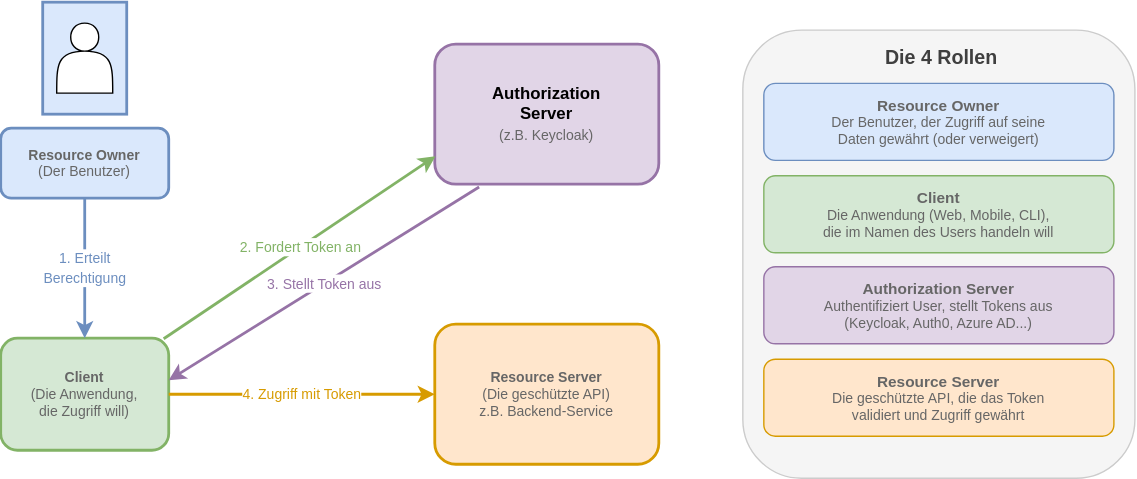
it-erben/training-keycloak keeps this draw.io diagram as slides/02-protokoll-standards/images/oauth_roles.drawio.svg. Above is the earlier version. Source tidied: cells renumbered, new cells last; positions are measured from the earlier drawing's top-left corner, leaving out a move shared by most shapes. Source of this version:
```xml
<mxGraphModel>
  <root>
    <mxCell id="0" />
    <mxCell id="1" parent="0" />
    <mxCell id="2" style="shape=mxgraph.basic.person;whiteSpace=wrap;html=1;fillColor=#dae8fc;strokeColor=#6c8ebf;strokeWidth=2;" parent="1" vertex="1">
      <mxGeometry x="30" width="60" height="80" as="geometry" />
    </mxCell>
    <mxCell id="3" value="&lt;b&gt;Resource Owner&lt;/b&gt;&lt;br&gt;&lt;font style=&quot;font-size:10px&quot; color=&quot;#666666&quot;&gt;(Der Benutzer)&lt;/font&gt;" style="rounded=1;whiteSpace=wrap;html=1;fillColor=#dae8fc;strokeColor=#6c8ebf;strokeWidth=2;align=center;verticalAlign=middle;fontSize=10;fontColor=#666666;" parent="1" vertex="1">
      <mxGeometry y="90" width="120" height="50" as="geometry" />
    </mxCell>
    <mxCell id="4" value="&lt;b&gt;Client&lt;/b&gt;&lt;br&gt;&lt;font style=&quot;font-size:10px&quot; color=&quot;#666666&quot;&gt;(Die Anwendung,&lt;/font&gt;&lt;br&gt;&lt;font style=&quot;font-size:10px&quot; color=&quot;#666666&quot;&gt;die Zugriff will)&lt;/font&gt;" style="rounded=1;whiteSpace=wrap;html=1;fillColor=#d5e8d4;strokeColor=#82b366;strokeWidth=2;align=center;verticalAlign=middle;fontSize=10;fontColor=#666666;" parent="1" vertex="1">
      <mxGeometry y="240" width="120" height="80" as="geometry" />
    </mxCell>
    <mxCell id="5" value="&lt;b&gt;Authorization&lt;/b&gt;&lt;br&gt;&lt;b&gt;Server&lt;/b&gt;&lt;br&gt;&lt;font style=&quot;font-size:10px&quot; color=&quot;#666666&quot;&gt;(z.B. Keycloak)&lt;/font&gt;" style="rounded=1;whiteSpace=wrap;html=1;fillColor=#e1d5e7;strokeColor=#9673a6;strokeWidth=2;align=center;verticalAlign=middle;fontSize=12;" parent="1" vertex="1">
      <mxGeometry x="310" y="30" width="160" height="100" as="geometry" />
    </mxCell>
    <mxCell id="6" value="&lt;b&gt;Resource Server&lt;/b&gt;&lt;br&gt;&lt;font style=&quot;font-size:10px&quot; color=&quot;#666666&quot;&gt;(Die geschützte API)&lt;/font&gt;&lt;br&gt;&lt;font style=&quot;font-size:10px&quot; color=&quot;#666666&quot;&gt;z.B. Backend-Service&lt;/font&gt;" style="rounded=1;whiteSpace=wrap;html=1;fillColor=#ffe6cc;strokeColor=#d79b00;strokeWidth=2;align=center;verticalAlign=middle;fontSize=10;fontColor=#666666;" parent="1" vertex="1">
      <mxGeometry x="310" y="230" width="160" height="100" as="geometry" />
    </mxCell>
    <mxCell id="7" value="&lt;font style=&quot;font-size:10px&quot; color=&quot;#6c8ebf&quot;&gt;1. Erteilt&lt;/font&gt;&lt;br&gt;&lt;font style=&quot;font-size:10px&quot; color=&quot;#6c8ebf&quot;&gt;Berechtigung&lt;/font&gt;" style="html=1;strokeColor=#6c8ebf;strokeWidth=2;endArrow=classic;rounded=0;exitX=0.5;exitY=1;exitDx=0;exitDy=0;" parent="1" edge="1" source="3" target="4">
      <mxGeometry relative="1" as="geometry" />
    </mxCell>
    <mxCell id="8" value="&lt;font style=&quot;font-size:10px&quot; color=&quot;#82b366&quot;&gt;2. Fordert Token an&lt;/font&gt;" style="html=1;strokeColor=#82b366;strokeWidth=2;endArrow=classic;rounded=0;exitX=0.97;exitY=0.005;exitDx=0;exitDy=0;exitPerimeter=0;entryX=0.003;entryY=0.8;entryDx=0;entryDy=0;entryPerimeter=0;" parent="1" edge="1" source="4" target="5">
      <mxGeometry relative="1" as="geometry" />
    </mxCell>
    <mxCell id="9" value="&lt;font style=&quot;font-size:10px&quot; color=&quot;#9673a6&quot;&gt;3. Stellt Token aus&lt;/font&gt;" style="html=1;strokeColor=#9673a6;strokeWidth=2;endArrow=classic;rounded=0;entryX=1;entryY=0.375;entryDx=0;entryDy=0;entryPerimeter=0;exitX=0.198;exitY=1.02;exitDx=0;exitDy=0;exitPerimeter=0;" parent="1" edge="1" source="5" target="4">
      <mxGeometry relative="1" as="geometry" />
    </mxCell>
    <mxCell id="10" value="&lt;font style=&quot;font-size:10px&quot; color=&quot;#d79b00&quot;&gt;4. Zugriff mit Token&lt;/font&gt;" style="html=1;strokeColor=#d79b00;strokeWidth=2;endArrow=classic;rounded=0;exitX=1;exitY=0.5;exitDx=0;exitDy=0;entryX=0;entryY=0.5;entryDx=0;entryDy=0;" parent="1" edge="1" source="4" target="6">
      <mxGeometry relative="1" as="geometry" />
    </mxCell>
    <mxCell id="11" style="rounded=1;whiteSpace=wrap;html=1;fillColor=#f5f5f5;strokeColor=#cccccc;strokeWidth=1;align=center;verticalAlign=middle;fontSize=10;fontColor=#666666;" parent="1" vertex="1">
      <mxGeometry x="530" y="20" width="280" height="320" as="geometry" />
    </mxCell>
    <mxCell id="12" value="&lt;font style=&quot;font-size:11px&quot;&gt;&lt;b&gt;Resource Owner&lt;/b&gt;&lt;/font&gt;&lt;br&gt;&lt;font style=&quot;font-size: 10px;&quot; color=&quot;#666666&quot;&gt;Der Benutzer, der Zugriff auf seine&lt;/font&gt;&lt;br&gt;&lt;font style=&quot;font-size: 10px;&quot; color=&quot;#666666&quot;&gt;Daten gewährt (oder verweigert)&lt;/font&gt;" style="rounded=1;whiteSpace=wrap;html=1;fillColor=#dae8fc;strokeColor=#6c8ebf;strokeWidth=1;align=center;verticalAlign=middle;fontSize=10;fontColor=#666666;" parent="1" vertex="1">
      <mxGeometry x="545" y="58" width="250" height="55" as="geometry" />
    </mxCell>
    <mxCell id="13" value="&lt;font style=&quot;font-size:11px&quot;&gt;&lt;b&gt;Client&lt;/b&gt;&lt;/font&gt;&lt;br&gt;&lt;font style=&quot;font-size:10px&quot; color=&quot;#666666&quot;&gt;Die Anwendung (Web, Mobile, CLI),&lt;/font&gt;&lt;br&gt;&lt;font style=&quot;font-size:10px&quot; color=&quot;#666666&quot;&gt;die im Namen des Users handeln will&lt;/font&gt;" style="rounded=1;whiteSpace=wrap;html=1;fillColor=#d5e8d4;strokeColor=#82b366;strokeWidth=1;align=center;verticalAlign=middle;fontSize=10;fontColor=#666666;" parent="1" vertex="1">
      <mxGeometry x="545" y="124" width="250" height="55" as="geometry" />
    </mxCell>
    <mxCell id="14" value="&lt;font style=&quot;font-size:11px&quot;&gt;&lt;b&gt;Authorization Server&lt;/b&gt;&lt;/font&gt;&lt;br&gt;&lt;font style=&quot;font-size:10px&quot; color=&quot;#666666&quot;&gt;Authentifiziert User, stellt Tokens aus&lt;/font&gt;&lt;br&gt;&lt;font style=&quot;font-size:10px&quot; color=&quot;#666666&quot;&gt;(Keycloak, Auth0, Azure AD...)&lt;/font&gt;" style="rounded=1;whiteSpace=wrap;html=1;fillColor=#e1d5e7;strokeColor=#9673a6;strokeWidth=1;align=center;verticalAlign=middle;fontSize=10;fontColor=#666666;" parent="1" vertex="1">
      <mxGeometry x="545" y="189" width="250" height="55" as="geometry" />
    </mxCell>
    <mxCell id="15" value="&lt;font style=&quot;font-size:11px&quot;&gt;&lt;b&gt;Resource Server&lt;/b&gt;&lt;/font&gt;&lt;br&gt;&lt;font style=&quot;font-size:10px&quot; color=&quot;#666666&quot;&gt;Die geschützte API, die das Token&lt;/font&gt;&lt;br&gt;&lt;font style=&quot;font-size:10px&quot; color=&quot;#666666&quot;&gt;validiert und Zugriff gewährt&lt;/font&gt;" style="rounded=1;whiteSpace=wrap;html=1;fillColor=#ffe6cc;strokeColor=#d79b00;strokeWidth=1;align=center;verticalAlign=middle;fontSize=10;fontColor=#666666;" parent="1" vertex="1">
      <mxGeometry x="545" y="255" width="250" height="55" as="geometry" />
    </mxCell>
    <mxCell id="16" style="shape=actor;whiteSpace=wrap;html=1;" parent="1" vertex="1">
      <mxGeometry x="40" y="15" width="40" height="50" as="geometry" />
    </mxCell>
    <mxCell id="17" value="&lt;font style=&quot;forced-color-adjust: none; color: rgb(63, 63, 63); scrollbar-color: rgb(226, 226, 226) rgb(251, 251, 251); font-family: Helvetica; font-style: normal; font-variant-ligatures: normal; font-variant-caps: normal; font-weight: 400; letter-spacing: normal; orphans: 2; text-align: center; text-indent: 0px; text-transform: none; widows: 2; word-spacing: 0px; -webkit-text-stroke-width: 0px; white-space: normal; text-decoration-thickness: initial; text-decoration-style: initial; text-decoration-color: initial; font-size: 14px;&quot;&gt;&lt;b style=&quot;forced-color-adjust: none; color: rgb(63, 63, 63); scrollbar-color: rgb(226, 226, 226) rgb(251, 251, 251);&quot;&gt;Die 4 Rollen&lt;/b&gt;&lt;/font&gt;" style="text;whiteSpace=wrap;html=1;" parent="1" vertex="1">
      <mxGeometry x="630" y="25" width="110" height="30" as="geometry" />
    </mxCell>
  </root>
</mxGraphModel>
```
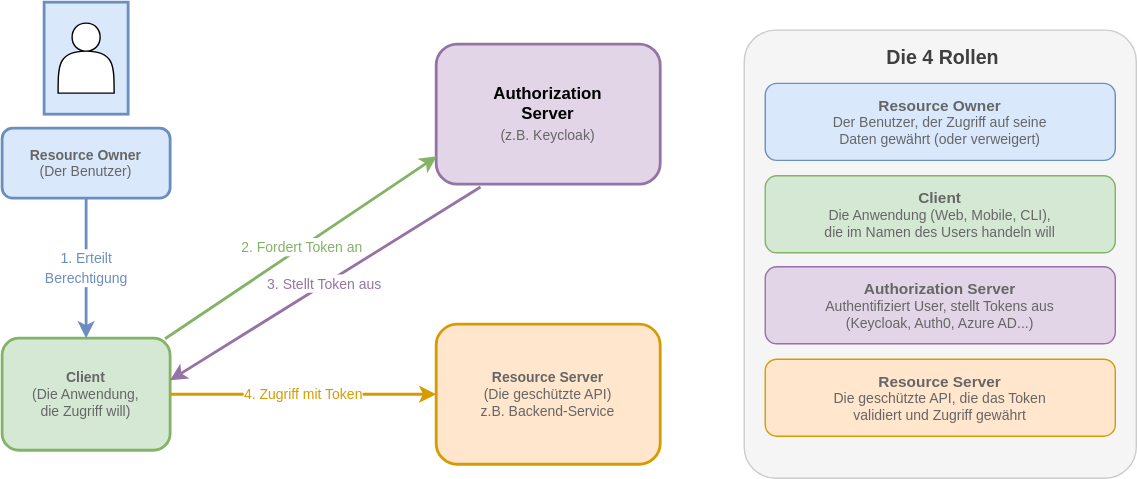
Above is the later version.

Change to the diagram source:
```diff
@@ -29,7 +29,7 @@
     <mxCell id="10" value="&lt;font style=&quot;font-size:10px&quot; color=&quot;#d79b00&quot;&gt;4. Zugriff mit Token&lt;/font&gt;" style="html=1;strokeColor=#d79b00;strokeWidth=2;endArrow=classic;rounded=0;exitX=1;exitY=0.5;exitDx=0;exitDy=0;entryX=0;entryY=0.5;entryDx=0;entryDy=0;" parent="1" edge="1" source="4" target="6">
       <mxGeometry relative="1" as="geometry" />
     </mxCell>
-    <mxCell id="11" style="rounded=1;whiteSpace=wrap;html=1;fillColor=#f5f5f5;strokeColor=#cccccc;strokeWidth=1;align=center;verticalAlign=middle;fontSize=10;fontColor=#666666;" parent="1" vertex="1">
+    <mxCell id="11" style="rounded=1;whiteSpace=wrap;html=1;fillColor=#f5f5f5;strokeColor=#cccccc;strokeWidth=1;align=center;verticalAlign=middle;fontSize=10;fontColor=#666666;arcSize=8;" parent="1" vertex="1">
       <mxGeometry x="530" y="20" width="280" height="320" as="geometry" />
     </mxCell>
     <mxCell id="12" value="&lt;font style=&quot;font-size:11px&quot;&gt;&lt;b&gt;Resource Owner&lt;/b&gt;&lt;/font&gt;&lt;br&gt;&lt;font style=&quot;font-size: 10px;&quot; color=&quot;#666666&quot;&gt;Der Benutzer, der Zugriff auf seine&lt;/font&gt;&lt;br&gt;&lt;font style=&quot;font-size: 10px;&quot; color=&quot;#666666&quot;&gt;Daten gewährt (oder verweigert)&lt;/font&gt;" style="rounded=1;whiteSpace=wrap;html=1;fillColor=#dae8fc;strokeColor=#6c8ebf;strokeWidth=1;align=center;verticalAlign=middle;fontSize=10;fontColor=#666666;" parent="1" vertex="1">
```
